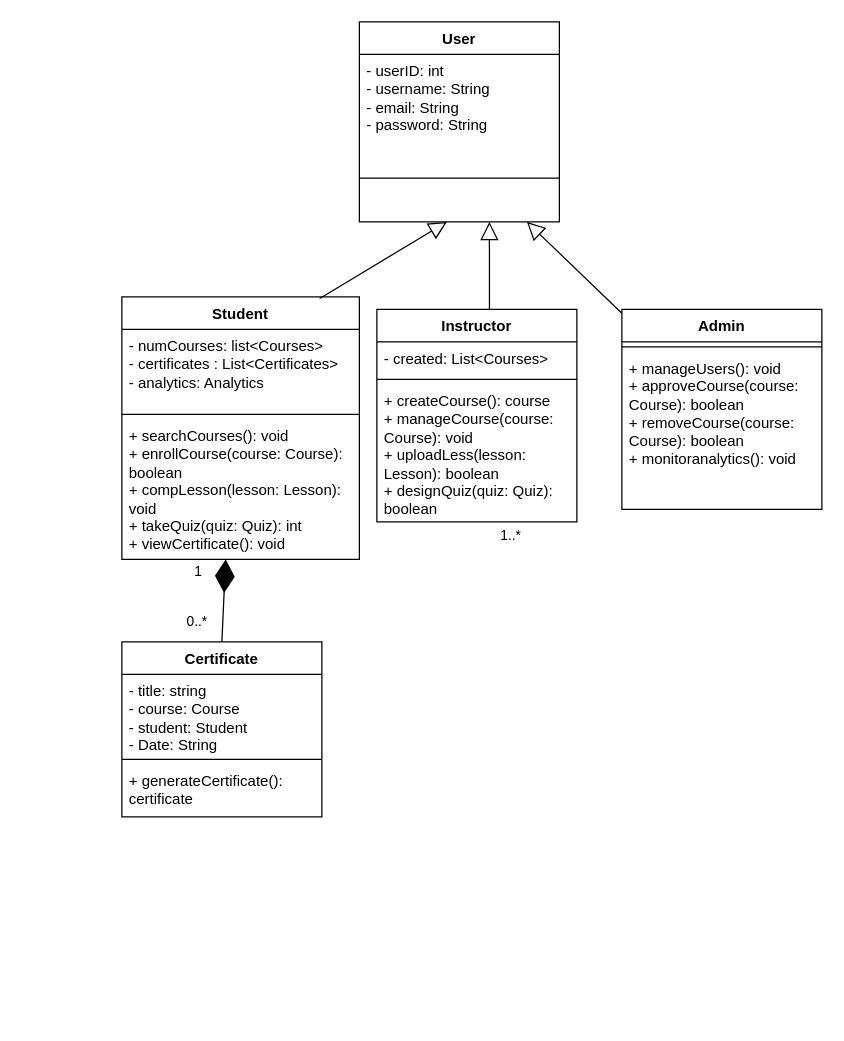
adhambasha1155/Uml keeps this draw.io diagram as Untitled Diagram.drawio. Above is the earlier version. Source tidied: cells renumbered, new cells numbered last; positions are measured from the earlier drawing's top-left corner, leaving out a move shared by most shapes. Both pictures are drawn from the tidied source at 125%, with x=0, y=0 at pixel (121, 21).
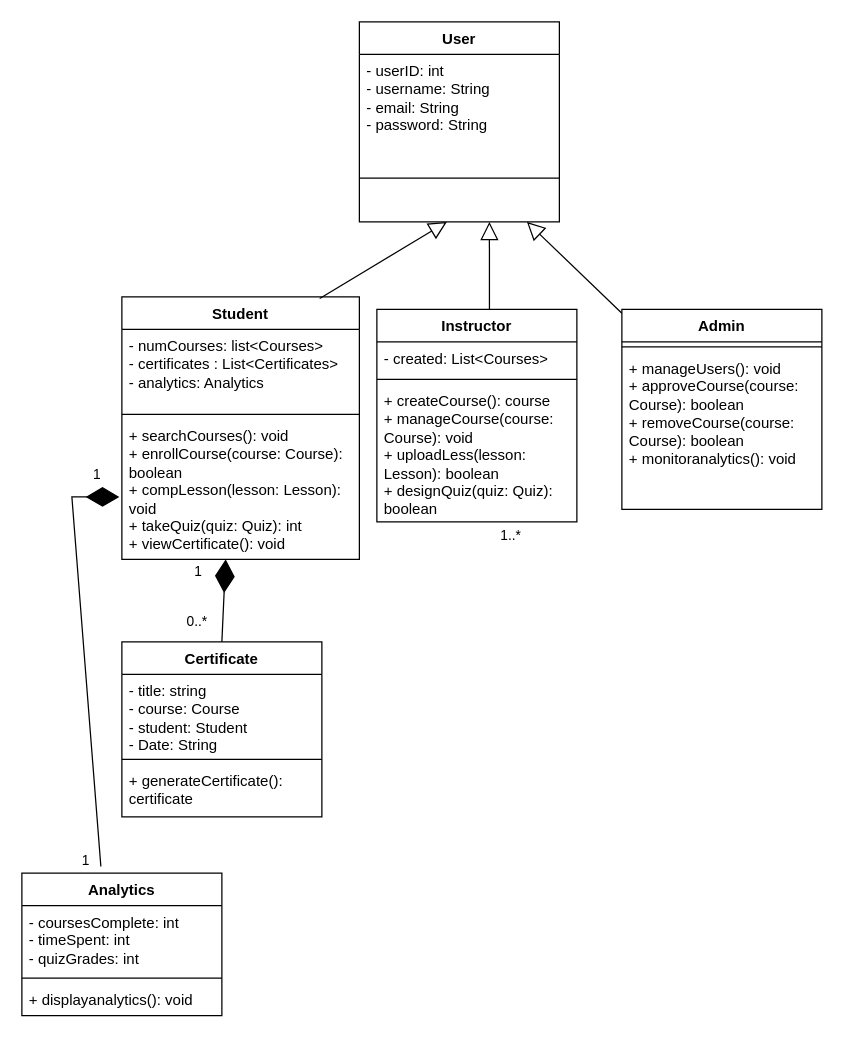
Above is the later version.

What changed in the source:
```diff
@@
+    <mxCell id="28" value="Analytics" style="swimlane;fontStyle=1;align=center;verticalAlign=top;horizontal=1;startSize=26;whiteSpace=wrap;html=1;" parent="1" vertex="1">
+      <mxGeometry x="-80" y="681" width="160" height="114" as="geometry" />
+    </mxCell>
+    <mxCell id="29" value="- coursesComplete: int&lt;div&gt;- timeSpent: int&lt;/div&gt;&lt;div&gt;- quizGrades: int&lt;/div&gt;" style="text;strokeColor=none;fillColor=none;align=left;verticalAlign=top;spacingLeft=4;spacingRight=4;overflow=hidden;whiteSpace=wrap;html=1;" parent="28" vertex="1">
+      <mxGeometry y="26" width="160" height="54" as="geometry" />
+    </mxCell>
+    <mxCell id="30" style="line;strokeWidth=1;fillColor=none;align=left;verticalAlign=middle;spacingTop=-1;spacingLeft=3;spacingRight=3;labelPosition=right;strokeColor=inherit;" parent="28" vertex="1">
+      <mxGeometry y="80" width="160" height="8" as="geometry" />
+    </mxCell>
+    <mxCell id="31" value="+ displayanalytics(): void&lt;div&gt;&lt;br&gt;&lt;/div&gt;" style="text;strokeColor=none;fillColor=none;align=left;verticalAlign=top;spacingLeft=4;spacingRight=4;overflow=hidden;whiteSpace=wrap;html=1;" parent="28" vertex="1">
+      <mxGeometry y="88" width="160" height="26" as="geometry" />
+    </mxCell>
+    <mxCell id="32" style="endArrow=diamondThin;endFill=1;endSize=24;html=1;rounded=0;entryX=-0.009;entryY=0.635;entryDx=0;entryDy=0;entryPerimeter=0;exitX=0.395;exitY=-0.047;exitDx=0;exitDy=0;exitPerimeter=0;" parent="1" edge="1" source="28">
+      <mxGeometry relative="1" as="geometry">
+        <mxPoint x="-2" y="380" as="targetPoint" />
+        <Array as="points">
+          <mxPoint x="-40" y="380" />
+        </Array>
+      </mxGeometry>
+    </mxCell>
+    <mxCell id="33" value="1" style="edgeLabel;html=1;align=center;verticalAlign=middle;" parent="32" vertex="1">
+      <mxGeometry x="-0.84" y="7" relative="1" as="geometry">
+        <mxPoint x="-4" y="21" as="offset" />
+      </mxGeometry>
+    </mxCell>
+    <mxCell id="34" value="1" style="edgeLabel;html=1;align=center;verticalAlign=middle;" parent="32" vertex="1">
+      <mxGeometry x="0.84" relative="1" as="geometry">
+        <mxPoint x="8" y="-19" as="offset" />
+      </mxGeometry>
+    </mxCell>
```
